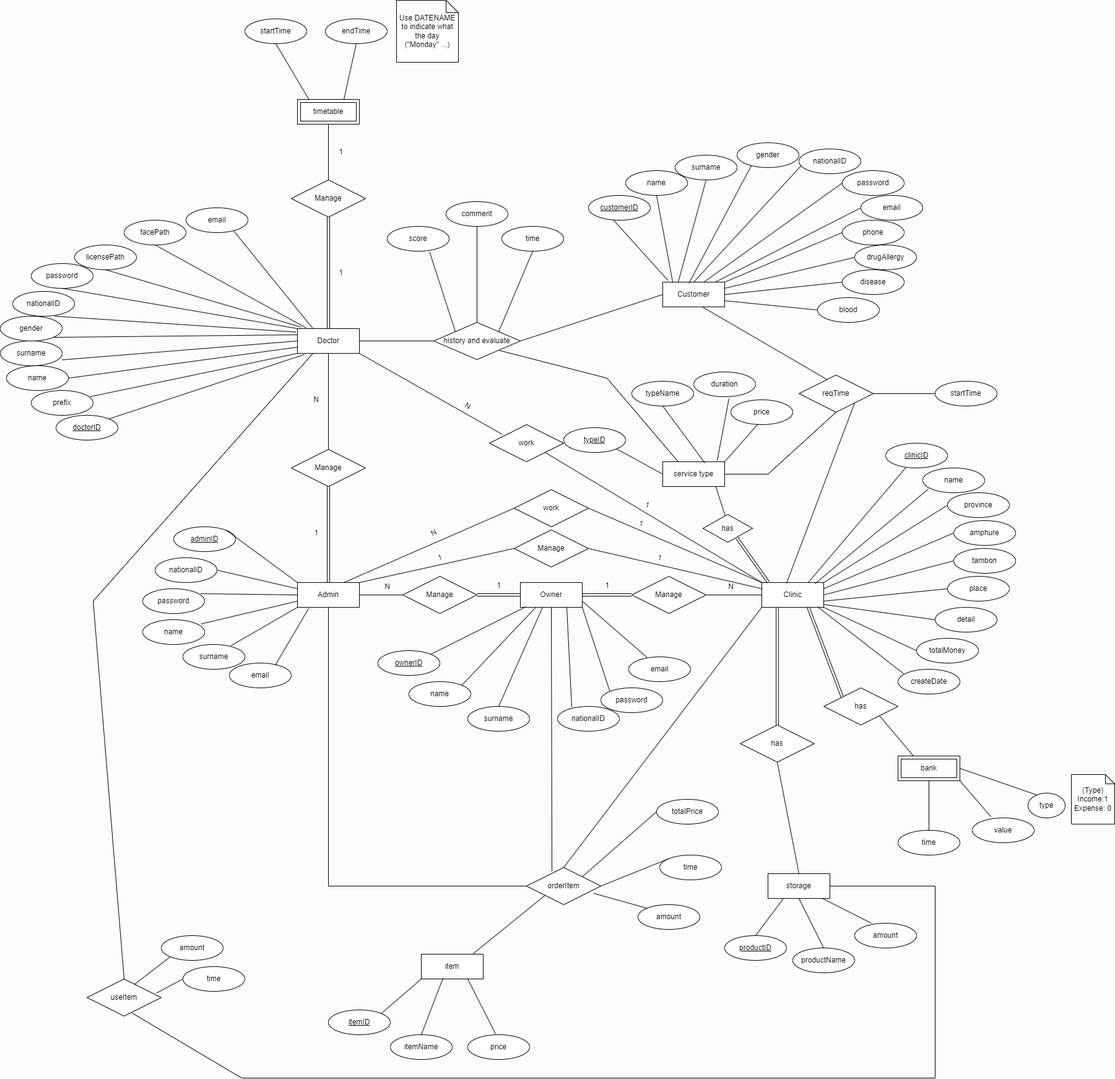
Before: db/er.png, a diagram exported from draw.io (Akaru1xR1N/clinic-project-db). Source tidied: cells renumbered, new cells last; positions are measured from the earlier drawing's top-left corner, leaving out a move shared by most shapes.
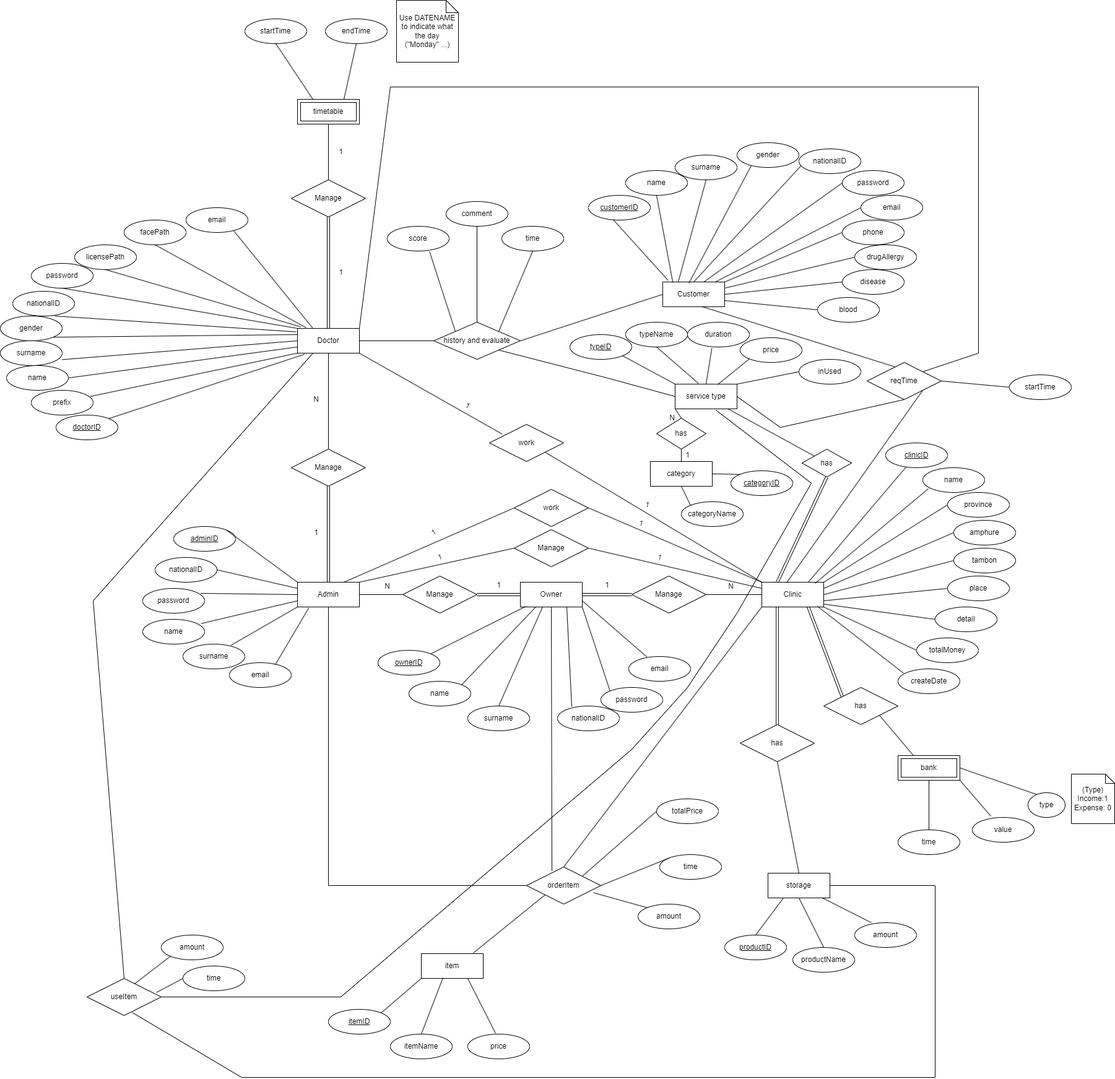
Above is the later version.

Change to the diagram source:
```diff
@@ -1,4 +1,4 @@
-<mxGraphModel background="#FCFCFC">
+<mxGraphModel background="#FFFFFF">
   <root>
     <mxCell id="0" />
     <mxCell id="1" parent="0" />
@@ -15,10 +15,10 @@
       <mxGeometry x="470" y="725" width="120" height="60" as="geometry" />
     </mxCell>
     <mxCell id="6" value="has" style="shape=rhombus;perimeter=rhombusPerimeter;whiteSpace=wrap;html=1;align=center;" parent="1" vertex="1">
-      <mxGeometry x="1135" y="830" width="80" height="45" as="geometry" />
+      <mxGeometry x="1295" y="725" width="80" height="45" as="geometry" />
     </mxCell>
     <mxCell id="7" value="service type" style="whiteSpace=wrap;html=1;align=center;" parent="1" vertex="1">
-      <mxGeometry x="1070" y="745" width="100" height="40" as="geometry" />
+      <mxGeometry x="1090" y="620" width="100" height="40" as="geometry" />
     </mxCell>
     <mxCell id="8" value="history and evaluate" style="shape=rhombus;perimeter=rhombusPerimeter;whiteSpace=wrap;html=1;align=center;" parent="1" vertex="1">
       <mxGeometry x="700" y="520" width="140" height="60" as="geometry" />
@@ -99,10 +99,10 @@
       <mxGeometry x="1020" y="930" width="120" height="60" as="geometry" />
     </mxCell>
     <mxCell id="34" value="typeID" style="ellipse;whiteSpace=wrap;html=1;align=center;fontStyle=4;" parent="1" vertex="1">
-      <mxGeometry x="910" y="690" width="100" height="40" as="geometry" />
+      <mxGeometry x="920" y="540" width="100" height="40" as="geometry" />
     </mxCell>
     <mxCell id="35" value="typeName" style="ellipse;whiteSpace=wrap;html=1;align=center;" parent="1" vertex="1">
-      <mxGeometry x="1020" y="615" width="100" height="40" as="geometry" />
+      <mxGeometry x="1010" y="520" width="100" height="40" as="geometry" />
     </mxCell>
     <mxCell id="36" value="productID" style="ellipse;whiteSpace=wrap;html=1;align=center;fontStyle=4;" parent="1" vertex="1">
       <mxGeometry x="1170" y="1510" width="100" height="40" as="geometry" />
@@ -149,7 +149,7 @@
     <mxCell id="50" style="endArrow=none;html=1;rounded=0;exitX=1.001;exitY=0.885;exitDx=0;exitDy=0;exitPerimeter=0;entryX=0;entryY=0.5;entryDx=0;entryDy=0;" parent="1" edge="1" source="4" target="42">
       <mxGeometry relative="1" as="geometry" />
     </mxCell>
-    <mxCell id="51" style="endArrow=none;html=1;rounded=0;exitX=0.857;exitY=1.004;exitDx=0;exitDy=0;entryX=0.445;entryY=0.032;entryDx=0;entryDy=0;entryPerimeter=0;exitPerimeter=0;" parent="1" edge="1" source="7" target="6">
+    <mxCell id="51" style="endArrow=none;html=1;rounded=0;exitX=0.857;exitY=1.004;exitDx=0;exitDy=0;entryX=0;entryY=0;entryDx=0;entryDy=0;exitPerimeter=0;" parent="1" edge="1" source="7" target="6">
       <mxGeometry relative="1" as="geometry" />
     </mxCell>
     <mxCell id="52" style="endArrow=none;html=1;rounded=0;exitX=0.5;exitY=0;exitDx=0;exitDy=0;entryX=0.5;entryY=1;entryDx=0;entryDy=0;" parent="1" edge="1" source="10" target="9">
@@ -158,10 +158,10 @@
     <mxCell id="53" style="endArrow=none;html=1;rounded=0;entryX=0.25;entryY=0;entryDx=0;entryDy=0;exitX=1;exitY=1;exitDx=0;exitDy=0;" parent="1" edge="1" source="12" target="186">
       <mxGeometry relative="1" as="geometry" />
     </mxCell>
-    <mxCell id="54" style="endArrow=none;html=1;rounded=0;entryX=0;entryY=0.5;entryDx=0;entryDy=0;exitX=1;exitY=1;exitDx=0;exitDy=0;" parent="1" edge="1" source="34" target="7">
+    <mxCell id="54" style="endArrow=none;html=1;rounded=0;entryX=0;entryY=0;entryDx=0;entryDy=0;exitX=1;exitY=1;exitDx=0;exitDy=0;" parent="1" edge="1" source="34" target="7">
       <mxGeometry relative="1" as="geometry" />
     </mxCell>
-    <mxCell id="55" style="endArrow=none;html=1;rounded=0;exitX=0.68;exitY=0.05;exitDx=0;exitDy=0;entryX=0.5;entryY=1;entryDx=0;entryDy=0;exitPerimeter=0;" parent="1" edge="1" source="7" target="35">
+    <mxCell id="55" style="endArrow=none;html=1;rounded=0;exitX=0.377;exitY=-0.028;exitDx=0;exitDy=0;entryX=0.5;entryY=1;entryDx=0;entryDy=0;exitPerimeter=0;" parent="1" edge="1" source="7" target="35">
       <mxGeometry relative="1" as="geometry" />
     </mxCell>
     <mxCell id="56" style="endArrow=none;html=1;rounded=0;entryX=0.25;entryY=1;entryDx=0;entryDy=0;exitX=0.5;exitY=0;exitDx=0;exitDy=0;" parent="1" edge="1" source="36" target="10">
@@ -191,7 +191,7 @@
     <mxCell id="64" value="password" style="ellipse;whiteSpace=wrap;html=1;align=center;" parent="1" vertex="1">
       <mxGeometry x="970" y="1110" width="100" height="40" as="geometry" />
     </mxCell>
-    <mxCell id="65" style="shape=link;html=1;rounded=0;entryX=0.688;entryY=0.852;entryDx=0;entryDy=0;exitX=0.106;exitY=-0.011;exitDx=0;exitDy=0;exitPerimeter=0;entryPerimeter=0;" parent="1" edge="1" source="4" target="6">
+    <mxCell id="65" style="shape=link;html=1;rounded=0;entryX=0.5;entryY=1;entryDx=0;entryDy=0;exitX=0.25;exitY=0;exitDx=0;exitDy=0;" parent="1" edge="1" source="4" target="6">
       <mxGeometry relative="1" as="geometry" />
     </mxCell>
     <mxCell id="66" style="shape=link;html=1;rounded=0;entryX=0.5;entryY=0;entryDx=0;entryDy=0;exitX=0.25;exitY=1;exitDx=0;exitDy=0;width=-3.6842105263157894;" parent="1" edge="1" source="4" target="9">
@@ -381,7 +381,7 @@
     <mxCell id="126" style="endArrow=none;html=1;rounded=0;exitX=0.5;exitY=1;exitDx=0;exitDy=0;entryX=0.051;entryY=-0.064;entryDx=0;entryDy=0;entryPerimeter=0;" parent="1" edge="1" source="125" target="2">
       <mxGeometry relative="1" as="geometry" />
     </mxCell>
-    <mxCell id="127" value="N" style="text;html=1;align=center;verticalAlign=middle;strokeColor=none;fillColor=none;rotation=30;" parent="1" vertex="1">
+    <mxCell id="127" value="1" style="text;html=1;align=center;verticalAlign=middle;strokeColor=none;fillColor=none;rotation=30;" parent="1" vertex="1">
       <mxGeometry x="740" y="640" width="30" height="30" as="geometry" />
     </mxCell>
     <mxCell id="128" value="1" style="text;html=1;align=center;verticalAlign=middle;strokeColor=none;fillColor=none;rotation=15;" parent="1" vertex="1">
@@ -490,15 +490,12 @@
     <mxCell id="159" value="Use DATENAME&lt;br&gt;to indicate what&lt;br&gt;the day&lt;br&gt;(&quot;Monday&quot; ...)" style="shape=note;size=20;whiteSpace=wrap;html=1;" parent="1" vertex="1">
       <mxGeometry x="640" width="100" height="100" as="geometry" />
     </mxCell>
-    <mxCell id="160" style="endArrow=none;html=1;rounded=0;entryX=0.188;entryY=0.017;entryDx=0;entryDy=0;entryPerimeter=0;exitX=0.5;exitY=1;exitDx=0;exitDy=0;" parent="1" edge="1" source="157" target="162">
+    <mxCell id="160" style="endArrow=none;html=1;rounded=0;entryX=0.25;entryY=0;entryDx=0;entryDy=0;exitX=0.5;exitY=1;exitDx=0;exitDy=0;" parent="1" edge="1" source="157" target="162">
       <mxGeometry relative="1" as="geometry" />
     </mxCell>
     <mxCell id="161" style="endArrow=none;html=1;rounded=0;entryX=0.5;entryY=1;entryDx=0;entryDy=0;exitX=0.75;exitY=0;exitDx=0;exitDy=0;" parent="1" edge="1" source="162" target="158">
       <mxGeometry relative="1" as="geometry" />
     </mxCell>
-    <mxCell id="162" value="timetable" style="shape=ext;margin=3;double=1;whiteSpace=wrap;html=1;align=center;" parent="1" vertex="1">
-      <mxGeometry x="480" y="160" width="100" height="40" as="geometry" />
-    </mxCell>
     <mxCell id="163" value="1" style="text;html=1;align=center;verticalAlign=middle;strokeColor=none;fillColor=none;" parent="1" vertex="1">
       <mxGeometry x="535" y="425" width="30" height="30" as="geometry" />
     </mxCell>
@@ -518,10 +515,10 @@
       <mxGeometry relative="1" as="geometry" />
     </mxCell>
     <mxCell id="169" value="reqTime" style="shape=rhombus;perimeter=rhombusPerimeter;whiteSpace=wrap;html=1;align=center;" parent="1" vertex="1">
-      <mxGeometry x="1290" y="605" width="120" height="60" as="geometry" />
+      <mxGeometry x="1400" y="585" width="120" height="60" as="geometry" />
     </mxCell>
     <mxCell id="170" value="startTime" style="ellipse;whiteSpace=wrap;html=1;align=center;" parent="1" vertex="1">
-      <mxGeometry x="1510" y="615" width="100" height="40" as="geometry" />
+      <mxGeometry x="1630" y="605" width="100" height="40" as="geometry" />
     </mxCell>
     <mxCell id="171" style="endArrow=none;html=1;rounded=0;entryX=1;entryY=1;entryDx=0;entryDy=0;exitX=0.4;exitY=0.025;exitDx=0;exitDy=0;exitPerimeter=0;" parent="1" edge="1" source="4" target="169">
       <mxGeometry relative="1" as="geometry" />
@@ -529,11 +526,11 @@
     <mxCell id="172" style="endArrow=none;html=1;rounded=0;exitX=1;exitY=0.5;exitDx=0;exitDy=0;entryX=0.5;entryY=1;entryDx=0;entryDy=0;" parent="1" edge="1" source="7" target="169">
       <mxGeometry relative="1" as="geometry">
         <Array as="points">
-          <mxPoint x="1240" y="765" />
+          <mxPoint x="1260" y="690" />
         </Array>
       </mxGeometry>
     </mxCell>
-    <mxCell id="173" style="endArrow=none;html=1;rounded=0;exitX=1;exitY=1;exitDx=0;exitDy=0;entryX=0.25;entryY=0;entryDx=0;entryDy=0;" parent="1" edge="1" source="8" target="7">
+    <mxCell id="173" style="endArrow=none;html=1;rounded=0;exitX=1;exitY=1;exitDx=0;exitDy=0;entryX=0;entryY=0.5;entryDx=0;entryDy=0;" parent="1" edge="1" source="8" target="7">
       <mxGeometry relative="1" as="geometry">
         <Array as="points">
           <mxPoint x="980" y="610" />
@@ -555,7 +552,7 @@
     <mxCell id="178" style="endArrow=none;html=1;rounded=0;exitX=1;exitY=0.5;exitDx=0;exitDy=0;entryX=0;entryY=0;entryDx=0;entryDy=0;" parent="1" edge="1" source="176" target="4">
       <mxGeometry relative="1" as="geometry" />
     </mxCell>
-    <mxCell id="179" value="N" style="text;html=1;align=center;verticalAlign=middle;strokeColor=none;fillColor=none;rotation=-30;" parent="1" vertex="1">
+    <mxCell id="179" value="1" style="text;html=1;align=center;verticalAlign=middle;strokeColor=none;fillColor=none;rotation=-30;" parent="1" vertex="1">
       <mxGeometry x="685" y="845" width="30" height="30" as="geometry" />
     </mxCell>
     <mxCell id="180" value="1" style="text;html=1;align=center;verticalAlign=middle;strokeColor=none;fillColor=none;rotation=15;" parent="1" vertex="1">
@@ -583,9 +580,9 @@
       <mxGeometry x="1660" y="1280" width="60" height="40" as="geometry" />
     </mxCell>
     <mxCell id="188" value="duration" style="ellipse;whiteSpace=wrap;html=1;align=center;" parent="1" vertex="1">
-      <mxGeometry x="1120" y="600" width="100" height="40" as="geometry" />
+      <mxGeometry x="1110" y="520" width="100" height="40" as="geometry" />
     </mxCell>
-    <mxCell id="189" style="endArrow=none;html=1;rounded=0;exitX=0.88;exitY=-0.05;exitDx=0;exitDy=0;exitPerimeter=0;entryX=0.57;entryY=1.075;entryDx=0;entryDy=0;entryPerimeter=0;" parent="1" edge="1" source="7" target="188">
+    <mxCell id="189" style="endArrow=none;html=1;rounded=0;exitX=0.5;exitY=0;exitDx=0;exitDy=0;entryX=0.394;entryY=1.042;entryDx=0;entryDy=0;entryPerimeter=0;" parent="1" edge="1" source="7" target="188">
       <mxGeometry relative="1" as="geometry" />
     </mxCell>
     <mxCell id="190" value="drugAllergy" style="ellipse;whiteSpace=wrap;html=1;align=center;" parent="1" vertex="1">
@@ -601,9 +598,9 @@
       <mxGeometry relative="1" as="geometry" />
     </mxCell>
     <mxCell id="194" value="price" style="ellipse;whiteSpace=wrap;html=1;align=center;" parent="1" vertex="1">
-      <mxGeometry x="1180" y="645" width="100" height="40" as="geometry" />
+      <mxGeometry x="1195" y="545" width="100" height="40" as="geometry" />
     </mxCell>
-    <mxCell id="195" style="endArrow=none;html=1;rounded=0;exitX=1;exitY=0;exitDx=0;exitDy=0;entryX=0.44;entryY=0.975;entryDx=0;entryDy=0;entryPerimeter=0;" parent="1" edge="1" source="7" target="194">
+    <mxCell id="195" style="endArrow=none;html=1;rounded=0;exitX=0.69;exitY=0.015;exitDx=0;exitDy=0;entryX=0;entryY=1;entryDx=0;entryDy=0;exitPerimeter=0;" parent="1" edge="1" source="7" target="194">
       <mxGeometry relative="1" as="geometry" />
     </mxCell>
     <mxCell id="196" value="blood" style="ellipse;whiteSpace=wrap;html=1;align=center;" parent="1" vertex="1">
@@ -639,5 +636,64 @@
     <mxCell id="206" style="endArrow=none;html=1;rounded=0;exitX=0.9;exitY=0.975;exitDx=0;exitDy=0;exitPerimeter=0;entryX=0.09;entryY=0.175;entryDx=0;entryDy=0;entryPerimeter=0;" parent="1" edge="1" source="4" target="205">
       <mxGeometry relative="1" as="geometry" />
     </mxCell>
+    <mxCell id="162" value="timetable" style="shape=ext;margin=3;double=1;whiteSpace=wrap;html=1;align=center;" parent="1" vertex="1">
+      <mxGeometry x="480" y="160" width="100" height="40" as="geometry" />
+    </mxCell>
+    <mxCell id="207" style="endArrow=none;html=1;rounded=0;exitX=1;exitY=0.5;exitDx=0;exitDy=0;entryX=0.66;entryY=1.053;entryDx=0;entryDy=0;entryPerimeter=0;" parent="1" edge="1" source="148" target="7">
+      <mxGeometry relative="1" as="geometry">
+        <Array as="points">
+          <mxPoint x="550" y="1610" />
+          <mxPoint x="1020" y="1210" />
+          <mxPoint x="1110" y="1110" />
+          <mxPoint x="1190" y="990" />
+          <mxPoint x="1310" y="780" />
+        </Array>
+      </mxGeometry>
+    </mxCell>
+    <mxCell id="208" style="endArrow=none;html=1;rounded=0;exitX=1;exitY=0;exitDx=0;exitDy=0;entryX=1;entryY=0;entryDx=0;entryDy=0;" parent="1" edge="1" source="2" target="169">
+      <mxGeometry relative="1" as="geometry">
+        <Array as="points">
+          <mxPoint x="630" y="140" />
+          <mxPoint x="1580" y="140" />
+          <mxPoint x="1580" y="570" />
+        </Array>
+      </mxGeometry>
+    </mxCell>
+    <mxCell id="209" value="inUsed" style="ellipse;whiteSpace=wrap;html=1;align=center;" parent="1" vertex="1">
+      <mxGeometry x="1290" y="580" width="100" height="40" as="geometry" />
+    </mxCell>
+    <mxCell id="210" style="endArrow=none;html=1;rounded=0;exitX=1;exitY=0;exitDx=0;exitDy=0;entryX=0;entryY=0.5;entryDx=0;entryDy=0;" parent="1" edge="1" source="7" target="209">
+      <mxGeometry relative="1" as="geometry" />
+    </mxCell>
+    <mxCell id="211" value="category" style="whiteSpace=wrap;html=1;align=center;" parent="1" vertex="1">
+      <mxGeometry x="1050" y="745" width="100" height="40" as="geometry" />
+    </mxCell>
+    <mxCell id="212" value="categoryName" style="ellipse;whiteSpace=wrap;html=1;align=center;" parent="1" vertex="1">
+      <mxGeometry x="1100" y="810" width="100" height="40" as="geometry" />
+    </mxCell>
+    <mxCell id="213" value="categoryID" style="ellipse;whiteSpace=wrap;html=1;align=center;fontStyle=4;" parent="1" vertex="1">
+      <mxGeometry x="1180" y="760" width="100" height="40" as="geometry" />
+    </mxCell>
+    <mxCell id="214" style="endArrow=none;html=1;rounded=0;exitX=0.5;exitY=1;exitDx=0;exitDy=0;entryX=0;entryY=0;entryDx=0;entryDy=0;" parent="1" edge="1" source="211" target="212">
+      <mxGeometry relative="1" as="geometry" />
+    </mxCell>
+    <mxCell id="215" style="endArrow=none;html=1;rounded=0;exitX=1;exitY=0.5;exitDx=0;exitDy=0;entryX=0;entryY=0;entryDx=0;entryDy=0;" parent="1" edge="1" source="211" target="213">
+      <mxGeometry relative="1" as="geometry" />
+    </mxCell>
+    <mxCell id="216" value="has" style="shape=rhombus;perimeter=rhombusPerimeter;whiteSpace=wrap;html=1;align=center;" parent="1" vertex="1">
+      <mxGeometry x="1060" y="675" width="80" height="50" as="geometry" />
+    </mxCell>
+    <mxCell id="217" style="endArrow=none;html=1;rounded=0;exitX=0.5;exitY=1;exitDx=0;exitDy=0;entryX=0.5;entryY=0;entryDx=0;entryDy=0;" parent="1" edge="1" source="216" target="211">
+      <mxGeometry relative="1" as="geometry" />
+    </mxCell>
+    <mxCell id="218" style="endArrow=none;html=1;rounded=0;exitX=0.5;exitY=0;exitDx=0;exitDy=0;entryX=0;entryY=1;entryDx=0;entryDy=0;" parent="1" edge="1" source="216" target="7">
+      <mxGeometry relative="1" as="geometry" />
+    </mxCell>
+    <mxCell id="219" value="1" style="text;html=1;align=center;verticalAlign=middle;strokeColor=none;fillColor=none;" parent="1" vertex="1">
+      <mxGeometry x="1095" y="720" width="30" height="30" as="geometry" />
+    </mxCell>
+    <mxCell id="220" value="N" style="text;html=1;align=center;verticalAlign=middle;strokeColor=none;fillColor=none;" parent="1" vertex="1">
+      <mxGeometry x="1070" y="660" width="30" height="30" as="geometry" />
+    </mxCell>
   </root>
 </mxGraphModel>
```
